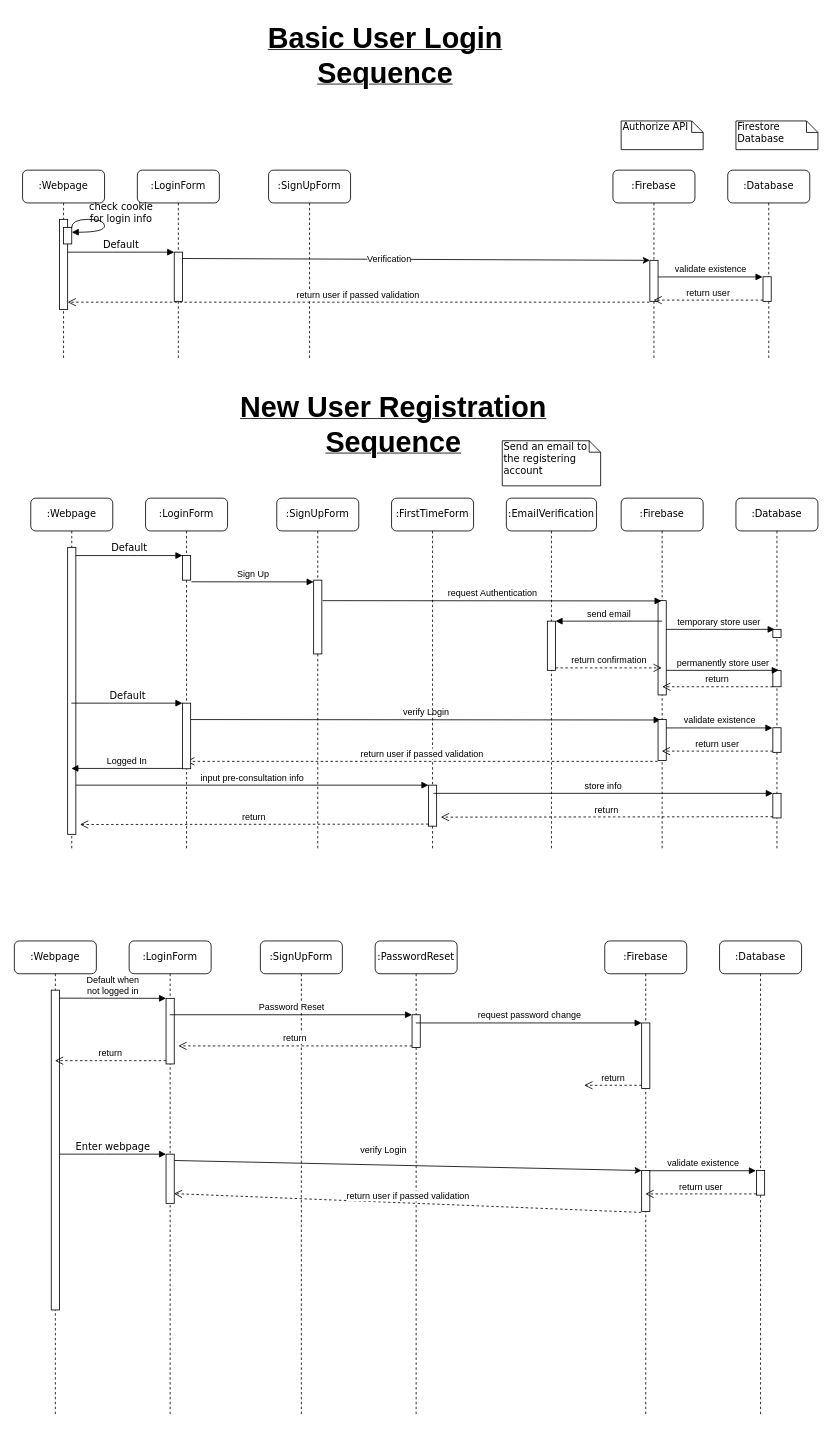
KMulji/Patient-Management-System keeps this draw.io diagram as Patient Management.drawio. Above is the earlier version. Source tidied: cells renumbered, new cells numbered last; positions are measured from the earlier drawing's top-left corner, leaving out a move shared by most shapes. Both pictures are drawn from the tidied source at 82%, with x=0, y=0 at pixel (14, 14).
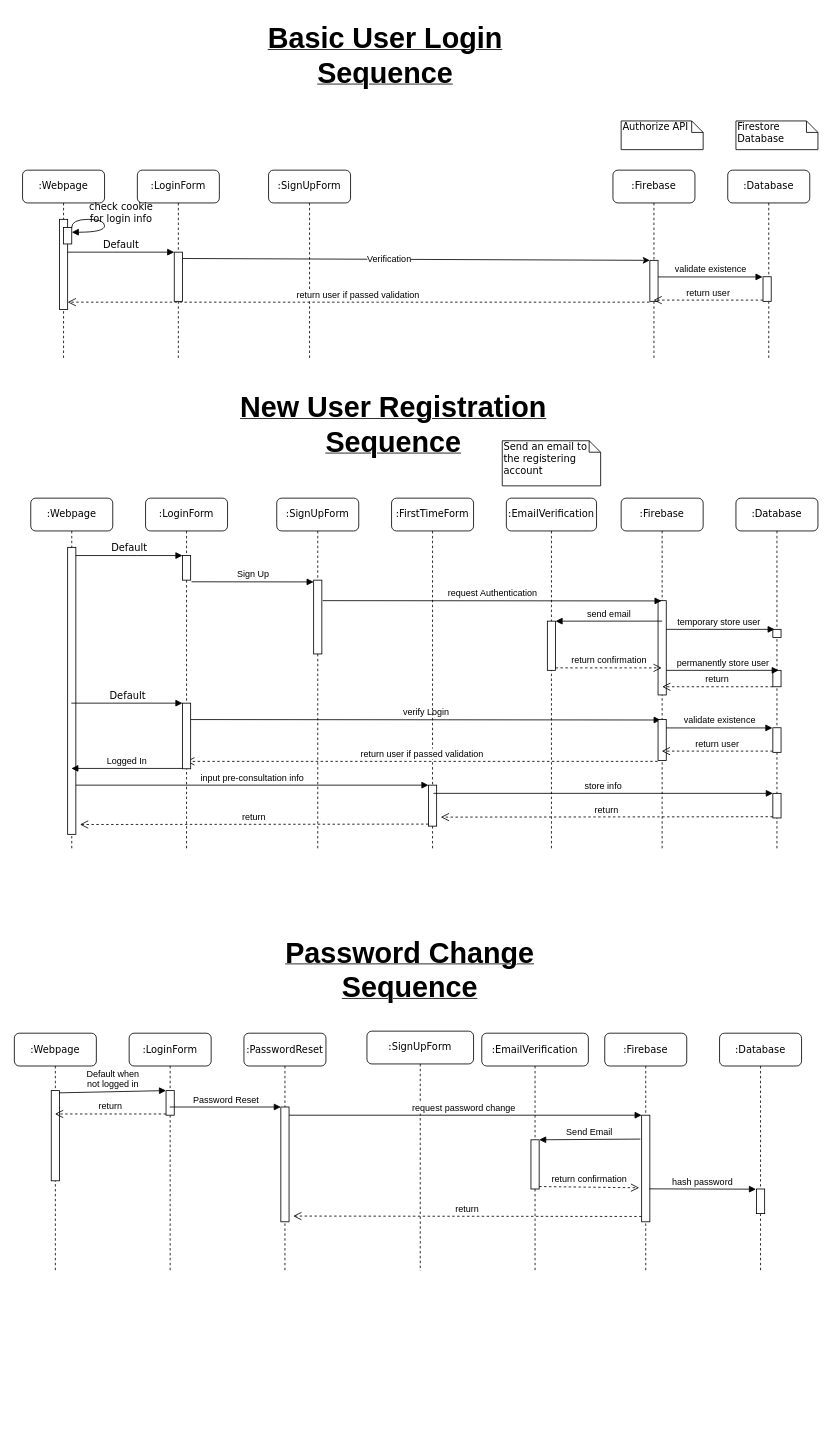
The same diagram, later.

The edit, as a diff of the source:
```diff
@@
     <mxCell id="2" value=":LoginForm" style="shape=umlLifeline;perimeter=lifelinePerimeter;whiteSpace=wrap;html=1;outlineConnect=0;rounded=1;shadow=0;comic=0;labelBackgroundColor=none;strokeWidth=1;fontFamily=Verdana;fontSize=12;align=center;" parent="1" vertex="1">
-      <mxGeometry x="140" y="1130" width="100" height="580" as="geometry" />
+      <mxGeometry x="140" y="1242.5" width="100" height="290" as="geometry" />
     </mxCell>
-    <mxCell id="3" style="html=1;points=[];perimeter=orthogonalPerimeter;rounded=0;shadow=0;comic=0;labelBackgroundColor=none;strokeWidth=1;fontFamily=Verdana;fontSize=12;align=center;" parent="2" vertex="1">
-      <mxGeometry x="45" y="260" width="10" height="60" as="geometry" />
-    </mxCell>
     <mxCell id="4" style="html=1;points=[];perimeter=orthogonalPerimeter;" parent="2" vertex="1">
-      <mxGeometry x="45" y="70" width="10" height="80" as="geometry" />
+      <mxGeometry x="45" y="70" width="10" height="30" as="geometry" />
     </mxCell>
     <mxCell id="5" value=":SignUpForm" style="shape=umlLifeline;perimeter=lifelinePerimeter;whiteSpace=wrap;html=1;rounded=1;shadow=0;comic=0;labelBackgroundColor=none;strokeWidth=1;fontFamily=Verdana;fontSize=12;align=center;" parent="1" vertex="1">
-      <mxGeometry x="300" y="1130" width="100" height="580" as="geometry" />
+      <mxGeometry x="430" y="1240" width="130" height="292.5" as="geometry" />
     </mxCell>
-    <mxCell id="6" value=":PasswordReset" style="shape=umlLifeline;perimeter=lifelinePerimeter;whiteSpace=wrap;html=1;outlineConnect=0;rounded=1;shadow=0;comic=0;labelBackgroundColor=none;strokeWidth=1;fontFamily=Verdana;fontSize=12;align=center;" parent="1" vertex="1">
-      <mxGeometry x="440" y="1130" width="100" height="580" as="geometry" />
-    </mxCell>
-    <mxCell id="7" style="html=1;points=[];perimeter=orthogonalPerimeter;" parent="6" vertex="1">
-      <mxGeometry x="45" y="90" width="10" height="40" as="geometry" />
-    </mxCell>
-    <mxCell id="8" value="return" style="html=1;verticalAlign=bottom;endArrow=open;dashed=1;endSize=8;exitX=0;exitY=0.95;" parent="6" edge="1" source="7">
-      <mxGeometry relative="1" as="geometry">
-        <mxPoint x="-240" y="128" as="targetPoint" />
-      </mxGeometry>
-    </mxCell>
     <mxCell id="9" value=":Firebase" style="shape=umlLifeline;perimeter=lifelinePerimeter;whiteSpace=wrap;html=1;outlineConnect=0;rounded=1;shadow=0;comic=0;labelBackgroundColor=none;strokeWidth=1;fontFamily=Verdana;fontSize=12;align=center;" parent="1" vertex="1">
-      <mxGeometry x="720" y="1130" width="100" height="580" as="geometry" />
+      <mxGeometry x="720" y="1242.5" width="100" height="290" as="geometry" />
     </mxCell>
-    <mxCell id="10" style="html=1;points=[];perimeter=orthogonalPerimeter;" parent="9" vertex="1">
-      <mxGeometry x="45" y="280" width="10" height="50" as="geometry" />
-    </mxCell>
     <mxCell id="11" style="html=1;points=[];perimeter=orthogonalPerimeter;" parent="9" vertex="1">
-      <mxGeometry x="45" y="100" width="10" height="80" as="geometry" />
+      <mxGeometry x="45" y="100" width="10" height="130" as="geometry" />
     </mxCell>
-    <mxCell id="12" value="return" style="html=1;verticalAlign=bottom;endArrow=open;dashed=1;endSize=8;exitX=0;exitY=0.95;" parent="9" edge="1" source="11">
-      <mxGeometry relative="1" as="geometry">
-        <mxPoint x="-25" y="176" as="targetPoint" />
-      </mxGeometry>
-    </mxCell>
     <mxCell id="13" value=":Database" style="shape=umlLifeline;perimeter=lifelinePerimeter;whiteSpace=wrap;html=1;rounded=1;shadow=0;comic=0;labelBackgroundColor=none;strokeWidth=1;fontFamily=Verdana;fontSize=12;align=center;" parent="1" vertex="1">
-      <mxGeometry x="860" y="1130" width="100" height="580" as="geometry" />
+      <mxGeometry x="860" y="1242.5" width="100" height="290" as="geometry" />
     </mxCell>
     <mxCell id="14" style="html=1;points=[];perimeter=orthogonalPerimeter;" parent="13" vertex="1">
-      <mxGeometry x="45" y="280" width="10" height="30" as="geometry" />
+      <mxGeometry x="45" y="190" width="10" height="30" as="geometry" />
     </mxCell>
     <mxCell id="15" value=":Webpage" style="shape=umlLifeline;perimeter=lifelinePerimeter;whiteSpace=wrap;html=1;outlineConnect=0;rounded=1;shadow=0;comic=0;labelBackgroundColor=none;strokeWidth=1;fontFamily=Verdana;fontSize=12;align=center;" parent="1" vertex="1">
-      <mxGeometry y="1130" width="100" height="580" as="geometry" />
+      <mxGeometry y="1242.5" width="100" height="290" as="geometry" />
     </mxCell>
     <mxCell id="16" style="html=1;points=[];perimeter=orthogonalPerimeter;rounded=0;shadow=0;comic=0;labelBackgroundColor=none;strokeWidth=1;fontFamily=Verdana;fontSize=12;align=center;" parent="15" vertex="1">
-      <mxGeometry x="45" y="60" width="10" height="390" as="geometry" />
+      <mxGeometry x="45" y="70" width="10" height="110" as="geometry" />
     </mxCell>
-    <mxCell id="17" value="Enter webpage" style="html=1;verticalAlign=bottom;endArrow=block;entryX=0;entryY=0;labelBackgroundColor=none;fontFamily=Verdana;fontSize=12;edgeStyle=elbowEdgeStyle;elbow=vertical;" parent="1" edge="1" source="16" target="3">
-      <mxGeometry relative="1" as="geometry" />
-    </mxCell>
@@
-    <mxCell id="22" style="endArrow=classic;html=1;entryX=-0.002;entryY=0;entryDx=0;entryDy=0;entryPerimeter=0;exitX=1.024;exitY=0.129;exitDx=0;exitDy=0;exitPerimeter=0;" parent="1" edge="1" source="3" target="10">
-      <mxGeometry relative="1" as="geometry" />
-    </mxCell>
-    <mxCell id="23" value="verify Login" style="edgeLabel;html=1;align=center;verticalAlign=middle;" parent="22" vertex="1">
-      <mxGeometry x="-0.12" y="1" relative="1" as="geometry">
-        <mxPoint x="3" y="-18" as="offset" />
-      </mxGeometry>
-    </mxCell>
-    <mxCell id="24" value="validate existence" style="html=1;verticalAlign=bottom;endArrow=block;entryX=-0.055;entryY=0.007;entryDx=0;entryDy=0;entryPerimeter=0;" parent="1" edge="1" source="10" target="14">
+    <mxCell id="24" value="hash password" style="html=1;verticalAlign=bottom;endArrow=block;entryX=-0.055;entryY=0.007;entryDx=0;entryDy=0;entryPerimeter=0;exitX=0.941;exitY=0.691;exitDx=0;exitDy=0;exitPerimeter=0;" parent="1" edge="1" source="11" target="14">
       <mxGeometry relative="1" as="geometry" />
     </mxCell>
-    <mxCell id="25" value="return user" style="html=1;verticalAlign=bottom;endArrow=open;dashed=1;endSize=8;exitX=0;exitY=0.95;" parent="1" edge="1" source="14" target="9">
-      <mxGeometry relative="1" as="geometry" />
-    </mxCell>
-    <mxCell id="26" value="return user if passed validation" style="html=1;verticalAlign=bottom;endArrow=open;dashed=1;endSize=8;exitX=-0.05;exitY=1.02;exitDx=0;exitDy=0;exitPerimeter=0;entryX=0.957;entryY=0.802;entryDx=0;entryDy=0;entryPerimeter=0;" parent="1" edge="1" source="10" target="3">
-      <mxGeometry relative="1" as="geometry" />
-    </mxCell>
@@
+    <mxCell id="86" value=":EmailVerification" style="shape=umlLifeline;perimeter=lifelinePerimeter;whiteSpace=wrap;html=1;rounded=1;shadow=0;comic=0;labelBackgroundColor=none;strokeWidth=1;fontFamily=Verdana;fontSize=12;align=center;" parent="1" vertex="1">
+      <mxGeometry x="570" y="1242.5" width="130" height="290" as="geometry" />
+    </mxCell>
+    <mxCell id="87" style="html=1;points=[];perimeter=orthogonalPerimeter;" parent="86" vertex="1">
+      <mxGeometry x="60" y="130" width="10" height="60" as="geometry" />
+    </mxCell>
+    <mxCell id="6" value=":PasswordReset" style="shape=umlLifeline;perimeter=lifelinePerimeter;whiteSpace=wrap;html=1;outlineConnect=0;rounded=1;shadow=0;comic=0;labelBackgroundColor=none;strokeWidth=1;fontFamily=Verdana;fontSize=12;align=center;" parent="1" vertex="1">
+      <mxGeometry x="280" y="1242.5" width="100" height="290" as="geometry" />
+    </mxCell>
+    <mxCell id="7" style="html=1;points=[];perimeter=orthogonalPerimeter;" parent="6" vertex="1">
+      <mxGeometry x="45" y="90" width="10" height="140" as="geometry" />
+    </mxCell>
+    <mxCell id="88" value="Send Email" style="html=1;verticalAlign=bottom;endArrow=block;entryX=1;entryY=0;exitX=-0.162;exitY=0.224;exitDx=0;exitDy=0;exitPerimeter=0;" parent="1" edge="1" source="11" target="87">
+      <mxGeometry relative="1" as="geometry" />
+    </mxCell>
+    <mxCell id="89" value="return confirmation" style="html=1;verticalAlign=bottom;endArrow=open;dashed=1;endSize=8;exitX=1;exitY=0.95;entryX=-0.3;entryY=0.681;entryDx=0;entryDy=0;entryPerimeter=0;" parent="1" edge="1" source="87" target="11">
+      <mxGeometry relative="1" as="geometry" />
+    </mxCell>
+    <mxCell id="12" value="return" style="html=1;verticalAlign=bottom;endArrow=open;dashed=1;endSize=8;exitX=0;exitY=0.95;" parent="1" edge="1" source="11">
+      <mxGeometry relative="1" as="geometry">
+        <mxPoint x="340" y="1465.5" as="targetPoint" />
+      </mxGeometry>
+    </mxCell>
+    <mxCell id="90" value="&lt;font style=&quot;font-size: 35px&quot;&gt;&lt;b&gt;Password Change Sequence&lt;/b&gt;&lt;/font&gt;" style="text;html=1;strokeColor=none;fillColor=none;align=center;verticalAlign=middle;whiteSpace=wrap;rounded=0;fontStyle=4;" parent="1" vertex="1">
+      <mxGeometry x="280" y="1115" width="405" height="100" as="geometry" />
+    </mxCell>
```
